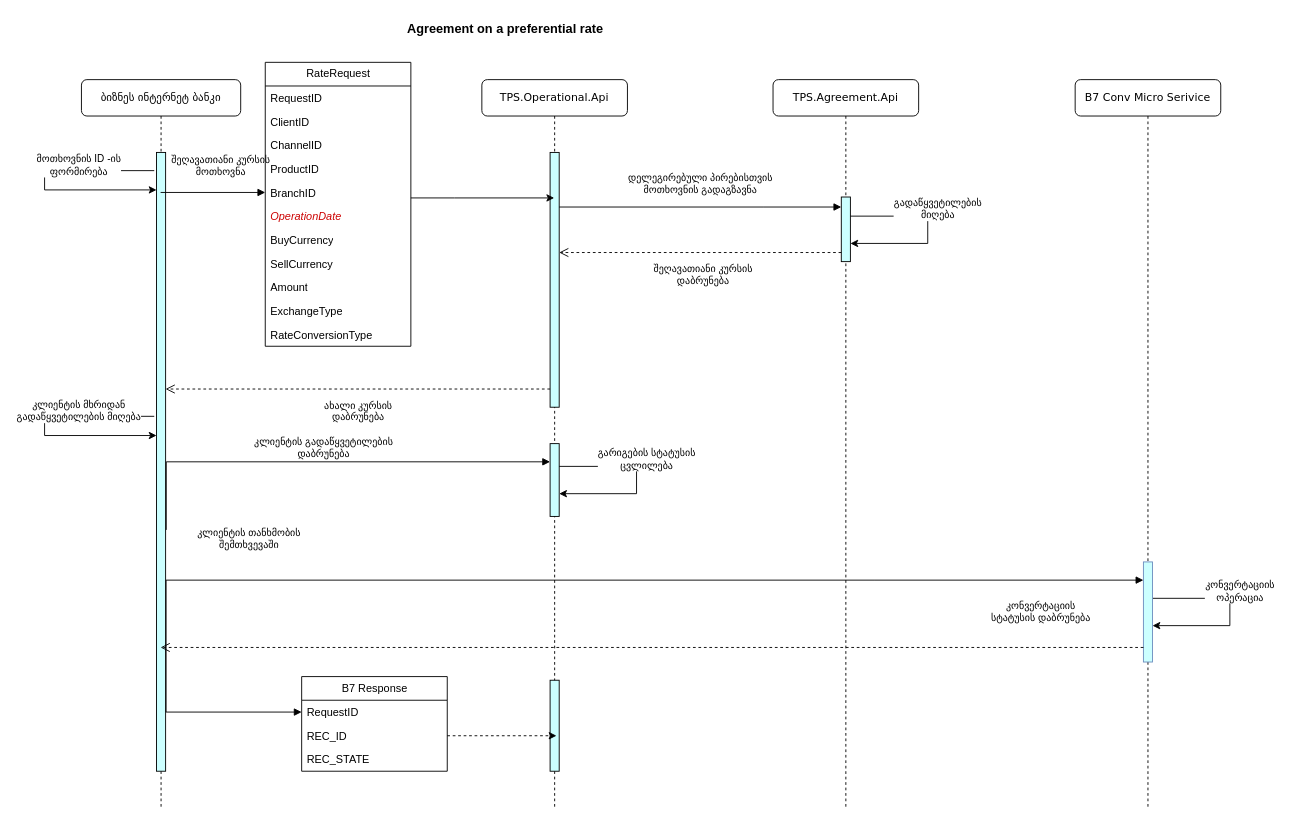
This is RateDealSequenceDiagram.drawio from vaso514d/drawio, a draw.io file, before an edit. Source tidied: cells renumbered, new cells numbered last; positions are measured from the earlier drawing's top-left corner, leaving out a move shared by most shapes. Both pictures are drawn from the tidied source at 91%, with x=0, y=0 at pixel (45, 15).
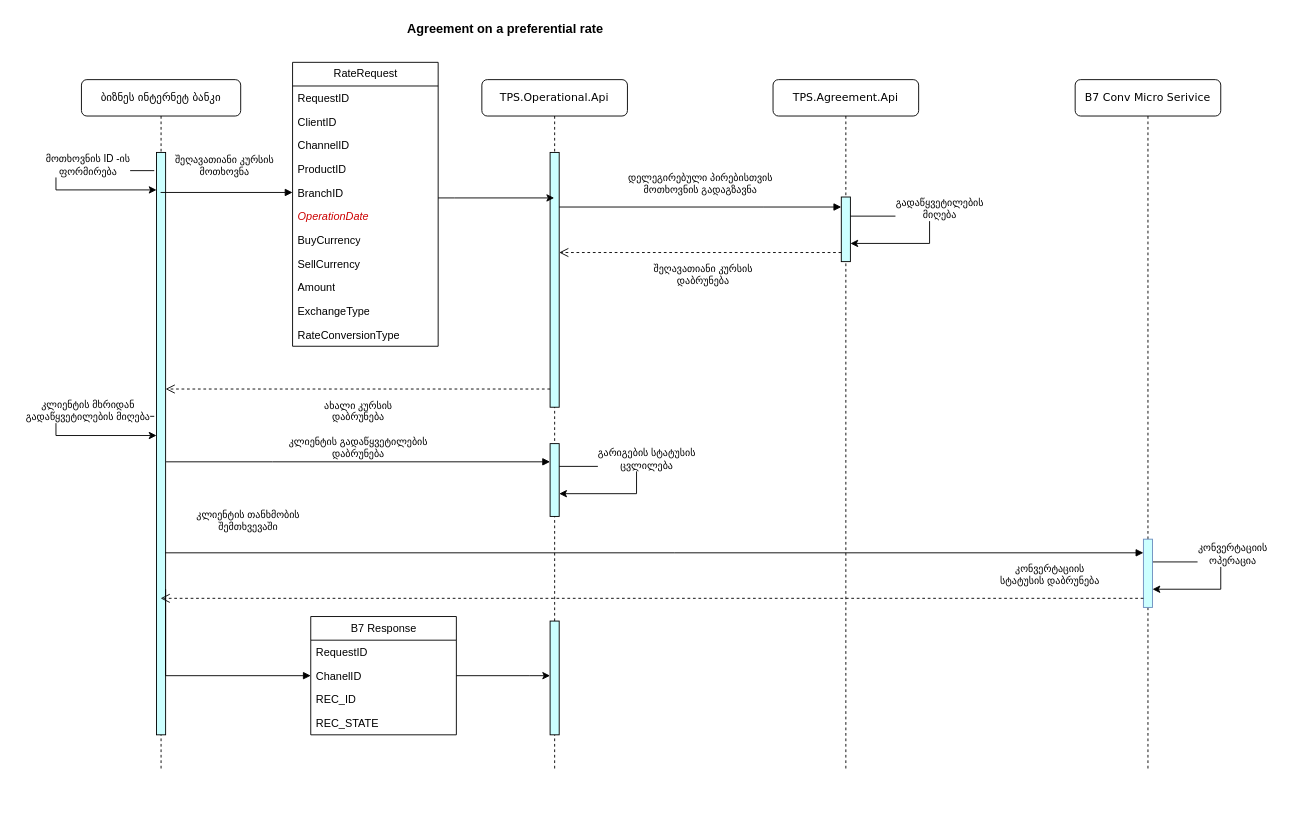
Above is the later version.

The change refers to these unchanged cells:
```xml
<mxCell id="10" style="html=1;points=[];perimeter=orthogonalPerimeter;outlineConnect=0;targetShapes=umlLifeline;portConstraint=eastwest;newEdgeStyle={&quot;edgeStyle&quot;:&quot;elbowEdgeStyle&quot;,&quot;elbow&quot;:&quot;vertical&quot;,&quot;curved&quot;:0,&quot;rounded&quot;:0};fillColor=#CCFFFF;" parent="8" vertex="1">
  <mxGeometry x="75" y="400" width="10" height="80" as="geometry" />
</mxCell>
<mxCell id="19" value="BranchID" style="text;strokeColor=none;fillColor=none;align=left;verticalAlign=top;spacingLeft=4;spacingRight=4;overflow=hidden;points=[[0,0.5],[1,0.5]];portConstraint=eastwest;whiteSpace=wrap;html=1;fontColor=#000000;" parent="14" vertex="1">
  <mxGeometry y="130" width="160" height="26" as="geometry" />
</mxCell>
<mxCell id="43" value="RequestID" style="text;strokeColor=none;fillColor=none;align=left;verticalAlign=top;spacingLeft=4;spacingRight=4;overflow=hidden;points=[[0,0.5],[1,0.5]];portConstraint=eastwest;whiteSpace=wrap;html=1;fontColor=#000000;" parent="42" vertex="1">
  <mxGeometry y="26" width="160" height="26" as="geometry" />
</mxCell>
```

What changed in the source:
```diff
@@
     <mxCell id="2" value="ბიზნეს ინტერნეტ ბანკი" style="shape=umlLifeline;perimeter=lifelinePerimeter;whiteSpace=wrap;html=1;outlineConnect=0;rounded=1;shadow=0;comic=0;labelBackgroundColor=none;strokeWidth=1;fontFamily=Verdana;fontSize=12;align=center;" parent="1" vertex="1">
-      <mxGeometry x="40" y="70" width="175" height="800" as="geometry" />
+      <mxGeometry x="40" y="70" width="175" height="760" as="geometry" />
     </mxCell>
     <mxCell id="3" style="html=1;points=[];perimeter=orthogonalPerimeter;rounded=0;shadow=0;comic=0;labelBackgroundColor=none;strokeWidth=1;fontFamily=Verdana;fontSize=12;align=center;fillColor=#CCFFFF;" parent="2" vertex="1">
-      <mxGeometry x="82.5" y="80" width="10" height="680" as="geometry" />
+      <mxGeometry x="82.5" y="80" width="10" height="640" as="geometry" />
     </mxCell>
     <mxCell id="4" style="endArrow=classic;html=1;rounded=0;strokeColor=default;edgeStyle=orthogonalEdgeStyle;exitX=0.2;exitY=0.153;exitDx=0;exitDy=0;exitPerimeter=0;" parent="2" edge="1">
       <mxGeometry relative="1" as="geometry">
         <mxPoint x="80" y="100" as="sourcePoint" />
         <mxPoint x="82.5" y="121.2" as="targetPoint" />
         <Array as="points">
-          <mxPoint x="-40.5" y="100.2" />
-          <mxPoint x="-40.5" y="121.2" />
+          <mxPoint x="-28" y="100" />
+          <mxPoint x="-28" y="121" />
         </Array>
       </mxGeometry>
     </mxCell>
@@
     <mxCell id="6" style="endArrow=classic;html=1;rounded=0;strokeColor=default;edgeStyle=orthogonalEdgeStyle;exitX=0.2;exitY=0.153;exitDx=0;exitDy=0;exitPerimeter=0;" parent="2" edge="1">
       <mxGeometry relative="1" as="geometry">
         <mxPoint x="80" y="370" as="sourcePoint" />
         <mxPoint x="82.5" y="391.1" as="targetPoint" />
         <Array as="points">
-          <mxPoint x="-40.5" y="370" />
-          <mxPoint x="-40.5" y="391" />
+          <mxPoint x="-28" y="370" />
+          <mxPoint x="-28" y="391" />
         </Array>
       </mxGeometry>
     </mxCell>
@@
+    <mxCell id="47" style="html=1;verticalAlign=bottom;endArrow=block;edgeStyle=elbowEdgeStyle;elbow=vertical;curved=0;rounded=0;entryX=0;entryY=0.5;entryDx=0;entryDy=0;" parent="2" edge="1" target="50">
+      <mxGeometry x="-0.73" y="79" relative="1" as="geometry">
+        <mxPoint x="92.5" y="560" as="sourcePoint" />
+        <Array as="points">
+          <mxPoint x="162" y="655" />
+          <mxPoint x="201.5" y="710" />
+          <mxPoint x="211.5" y="720" />
+          <mxPoint x="221.5" y="730" />
+          <mxPoint x="201.5" y="720" />
+          <mxPoint x="181.5" y="705" />
+          <mxPoint x="611.5" y="700" />
+          <mxPoint x="871.5" y="560" />
+          <mxPoint x="831.5" y="570" />
+          <mxPoint x="1141.5" y="590" />
+        </Array>
+      </mxGeometry>
+    </mxCell>
     <mxCell id="8" value="TPS.Operational.Api" style="shape=umlLifeline;perimeter=lifelinePerimeter;whiteSpace=wrap;html=1;outlineConnect=0;rounded=1;shadow=0;comic=0;labelBackgroundColor=none;strokeWidth=1;fontFamily=Verdana;fontSize=12;align=center;" parent="1" vertex="1">
-      <mxGeometry x="480" y="70" width="160" height="800" as="geometry" />
+      <mxGeometry x="480" y="70" width="160" height="760" as="geometry" />
     </mxCell>
@@
+    <mxCell id="46" style="html=1;points=[];perimeter=orthogonalPerimeter;outlineConnect=0;targetShapes=umlLifeline;portConstraint=eastwest;newEdgeStyle={&quot;edgeStyle&quot;:&quot;elbowEdgeStyle&quot;,&quot;elbow&quot;:&quot;vertical&quot;,&quot;curved&quot;:0,&quot;rounded&quot;:0};fillColor=#CCFFFF;" parent="8" vertex="1">
+      <mxGeometry x="75" y="595" width="10" height="125" as="geometry" />
+    </mxCell>
     <mxCell id="11" value="შეღავათიანი კურსის&lt;br&gt;მოთხოვნა" style="html=1;verticalAlign=bottom;endArrow=block;edgeStyle=elbowEdgeStyle;elbow=vertical;curved=0;rounded=0;entryX=0;entryY=0.5;entryDx=0;entryDy=0;" parent="1" edge="1" source="2" target="19">
-      <mxGeometry x="0.13" y="14" relative="1" as="geometry">
+      <mxGeometry x="-0.03" y="14" relative="1" as="geometry">
         <Array as="points">
           <mxPoint x="180" y="194" />
           <mxPoint x="170" y="210" />
           <mxPoint x="180" y="190" />
         </Array>
-        <mxPoint x="1" as="offset" />
       </mxGeometry>
     </mxCell>
@@
     <mxCell id="14" value="RateRequest" style="swimlane;fontStyle=0;horizontal=1;startSize=26;fillColor=none;html=1;fontColor=#000000;" parent="1" vertex="1">
-      <mxGeometry x="242" y="51" width="160" height="312" as="geometry" />
+      <mxGeometry x="272" y="51" width="160" height="312" as="geometry" />
     </mxCell>
@@
     <mxCell id="27" value="TPS.Agreement.Api" style="shape=umlLifeline;perimeter=lifelinePerimeter;whiteSpace=wrap;html=1;rounded=1;shadow=0;comic=0;labelBackgroundColor=none;strokeWidth=1;fontFamily=Verdana;fontSize=12;align=center;" parent="1" vertex="1">
-      <mxGeometry x="800" y="70" width="160" height="800" as="geometry" />
+      <mxGeometry x="800" y="70" width="160" height="760" as="geometry" />
     </mxCell>
@@
-    <mxCell id="33" value="კლიენტის გადაწყვეტილების&lt;br&gt;დაბრუნება" style="html=1;verticalAlign=bottom;startArrow=none;endArrow=block;startSize=8;edgeStyle=elbowEdgeStyle;elbow=vertical;curved=0;rounded=0;startFill=0;exitX=1.07;exitY=0.61;exitDx=0;exitDy=0;exitPerimeter=0;" parent="1" edge="1" source="3" target="10">
+    <mxCell id="33" value="კლიენტის გადაწყვეტილების&lt;br&gt;დაბრუნება" style="html=1;verticalAlign=bottom;startArrow=none;endArrow=block;startSize=8;edgeStyle=elbowEdgeStyle;elbow=vertical;curved=0;rounded=0;startFill=0;" parent="1" edge="1" target="10">
       <mxGeometry relative="1" as="geometry">
+        <mxPoint x="133" y="490" as="sourcePoint" />
         <Array as="points">
           <mxPoint x="250" y="490" />
           <mxPoint x="500" y="510" />
         </Array>
       </mxGeometry>
     </mxCell>
     <mxCell id="34" style="endArrow=classic;html=1;rounded=0;strokeColor=default;edgeStyle=orthogonalEdgeStyle;" parent="1" edge="1">
       <mxGeometry relative="1" as="geometry">
         <mxPoint x="885" y="220" as="sourcePoint" />
         <mxPoint x="885" y="250" as="targetPoint" />
         <Array as="points">
-          <mxPoint x="970" y="220.5" />
-          <mxPoint x="970" y="250.5" />
+          <mxPoint x="972" y="220" />
+          <mxPoint x="972" y="250" />
         </Array>
       </mxGeometry>
     </mxCell>
@@
     <mxCell id="36" value="B7 Conv Micro Serivice" style="shape=umlLifeline;perimeter=lifelinePerimeter;whiteSpace=wrap;html=1;rounded=1;shadow=0;comic=0;labelBackgroundColor=none;strokeWidth=1;fontFamily=Verdana;fontSize=12;align=center;" parent="1" vertex="1">
-      <mxGeometry x="1132" y="70" width="160" height="800" as="geometry" />
+      <mxGeometry x="1132" y="70" width="160" height="760" as="geometry" />
     </mxCell>
     <mxCell id="37" style="endArrow=classic;html=1;rounded=0;strokeColor=default;edgeStyle=orthogonalEdgeStyle;" parent="36" edge="1">
       <mxGeometry relative="1" as="geometry">
-        <mxPoint x="85" y="570" as="sourcePoint" />
-        <mxPoint x="85" y="600" as="targetPoint" />
+        <mxPoint x="85" y="530" as="sourcePoint" />
+        <mxPoint x="85" y="560" as="targetPoint" />
         <Array as="points">
-          <mxPoint x="170" y="570.5" />
-          <mxPoint x="170" y="600.5" />
+          <mxPoint x="160" y="530" />
+          <mxPoint x="160" y="560" />
         </Array>
       </mxGeometry>
     </mxCell>
@@
     <mxCell id="39" style="html=1;points=[];perimeter=orthogonalPerimeter;outlineConnect=0;targetShapes=umlLifeline;portConstraint=eastwest;newEdgeStyle={&quot;edgeStyle&quot;:&quot;elbowEdgeStyle&quot;,&quot;elbow&quot;:&quot;vertical&quot;,&quot;curved&quot;:0,&quot;rounded&quot;:0};fillColor=#CCFFFF;strokeColor=#6c8ebf;" parent="36" vertex="1">
-      <mxGeometry x="75" y="530" width="10" height="110" as="geometry" />
+      <mxGeometry x="75" y="505" width="10" height="75" as="geometry" />
     </mxCell>
     <mxCell id="40" value="კონვერტაციის&lt;br&gt;სტატუსის დაბრუნება" style="html=1;verticalAlign=bottom;endArrow=open;dashed=1;endSize=8;edgeStyle=elbowEdgeStyle;elbow=vertical;curved=0;rounded=0;" parent="1" edge="1" source="39" target="2">
-      <mxGeometry x="-0.79" y="-24" relative="1" as="geometry">
+      <mxGeometry x="-0.81" y="-10" relative="1" as="geometry">
         <Array as="points">
+          <mxPoint x="742" y="640" />
+          <mxPoint x="712" y="650" />
+          <mxPoint x="652" y="660" />
           <mxPoint x="1012" y="694" />
           <mxPoint x="1022" y="700" />
           <mxPoint x="972" y="705" />
           <mxPoint x="1032" y="698" />
           <mxPoint x="682" y="690" />
         </Array>
       </mxGeometry>
     </mxCell>
     <mxCell id="41" value="კლიენტის თანხმობის&lt;br&gt;შემთხვევაში" style="html=1;verticalAlign=bottom;endArrow=block;edgeStyle=elbowEdgeStyle;elbow=vertical;curved=0;rounded=0;" parent="1" edge="1" target="39">
-      <mxGeometry x="-0.83" y="30" relative="1" as="geometry">
-        <mxPoint x="133" y="620" as="sourcePoint" />
+      <mxGeometry x="-0.83" y="20" relative="1" as="geometry">
+        <mxPoint x="132" y="590" as="sourcePoint" />
         <Array as="points">
+          <mxPoint x="692" y="590" />
           <mxPoint x="912" y="620" />
           <mxPoint x="872" y="630" />
           <mxPoint x="1182" y="650" />
         </Array>
       </mxGeometry>
     </mxCell>
+    <mxCell id="49" style="edgeStyle=orthogonalEdgeStyle;rounded=0;jettySize=auto;html=1;exitX=1;exitY=0.5;exitDx=0;exitDy=0;" parent="1" edge="1" source="50" target="46">
+      <mxGeometry relative="1" as="geometry">
+        <Array as="points">
+          <mxPoint x="532" y="725" />
+          <mxPoint x="532" y="725" />
+        </Array>
+      </mxGeometry>
+    </mxCell>
     <mxCell id="42" value="B7 Response" style="swimlane;fontStyle=0;horizontal=1;startSize=26;fillColor=none;html=1;fontColor=#000000;" parent="1" vertex="1">
-      <mxGeometry x="282" y="726" width="160" height="104" as="geometry" />
+      <mxGeometry x="292" y="660" width="160" height="130" as="geometry" />
     </mxCell>
@@
+    <mxCell id="50" value="ChanelID" style="text;strokeColor=none;fillColor=none;align=left;verticalAlign=top;spacingLeft=4;spacingRight=4;overflow=hidden;points=[[0,0.5],[1,0.5]];portConstraint=eastwest;whiteSpace=wrap;html=1;fontColor=#000000;" parent="42" vertex="1">
+      <mxGeometry y="52" width="160" height="26" as="geometry" />
+    </mxCell>
     <mxCell id="44" value="REC_ID" style="text;strokeColor=none;fillColor=none;align=left;verticalAlign=top;spacingLeft=4;spacingRight=4;overflow=hidden;points=[[0,0.5],[1,0.5]];portConstraint=eastwest;whiteSpace=wrap;html=1;fontColor=#000000;" parent="42" vertex="1">
-      <mxGeometry y="52" width="160" height="26" as="geometry" />
+      <mxGeometry y="78" width="160" height="26" as="geometry" />
     </mxCell>
     <mxCell id="45" value="REC_STATE" style="text;strokeColor=none;fillColor=none;align=left;verticalAlign=top;spacingLeft=4;spacingRight=4;overflow=hidden;whiteSpace=wrap;html=1;fontColor=#000000;" parent="42" vertex="1">
-      <mxGeometry y="78" width="160" height="26" as="geometry" />
+      <mxGeometry y="104" width="160" height="26" as="geometry" />
     </mxCell>
-    <mxCell id="46" style="html=1;points=[];perimeter=orthogonalPerimeter;outlineConnect=0;targetShapes=umlLifeline;portConstraint=eastwest;newEdgeStyle={&quot;edgeStyle&quot;:&quot;elbowEdgeStyle&quot;,&quot;elbow&quot;:&quot;vertical&quot;,&quot;curved&quot;:0,&quot;rounded&quot;:0};fillColor=#CCFFFF;" parent="1" vertex="1">
-      <mxGeometry x="555" y="730" width="10" height="100" as="geometry" />
-    </mxCell>
-    <mxCell id="47" style="html=1;verticalAlign=bottom;endArrow=block;edgeStyle=elbowEdgeStyle;elbow=vertical;curved=0;rounded=0;entryX=0;entryY=0.5;entryDx=0;entryDy=0;" parent="1" edge="1" target="43">
-      <mxGeometry x="-0.73" y="79" relative="1" as="geometry">
-        <mxPoint x="133" y="620" as="sourcePoint" />
-        <Array as="points">
-          <mxPoint x="222" y="765" />
-          <mxPoint x="652" y="760" />
-          <mxPoint x="912" y="620" />
-          <mxPoint x="872" y="630" />
-          <mxPoint x="1182" y="650" />
-        </Array>
-      </mxGeometry>
-    </mxCell>
-    <mxCell id="48" style="edgeStyle=orthogonalEdgeStyle;rounded=0;jettySize=auto;html=1;dashed=1;entryX=0.7;entryY=0.61;entryDx=0;entryDy=0;entryPerimeter=0;" parent="1" edge="1" source="44" target="46">
-      <mxGeometry relative="1" as="geometry" />
-    </mxCell>
```
